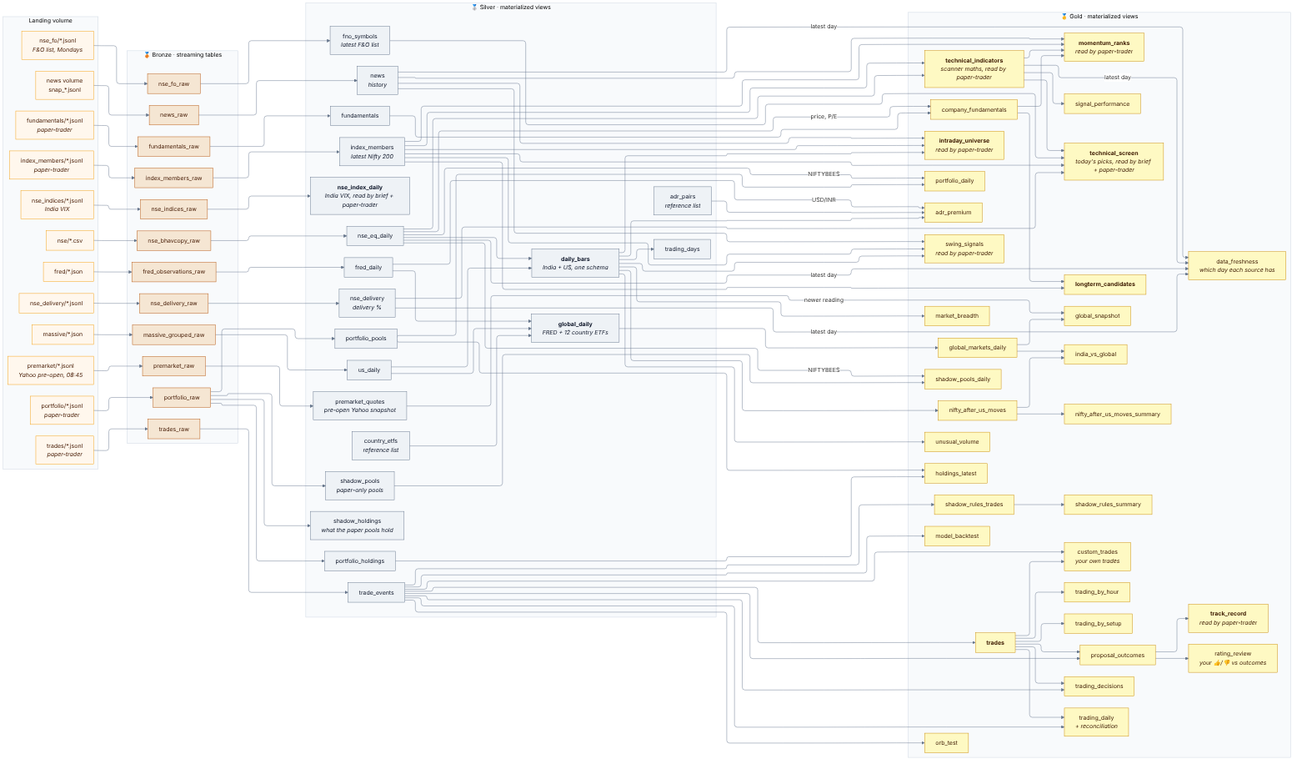
This is docs/diagrams/03_lineage.png from bumblebee26/stocks_lakehouse, a Mermaid export, as it was before one commit. Its source is kept beside it as docs/diagrams/03_lineage.mmd.
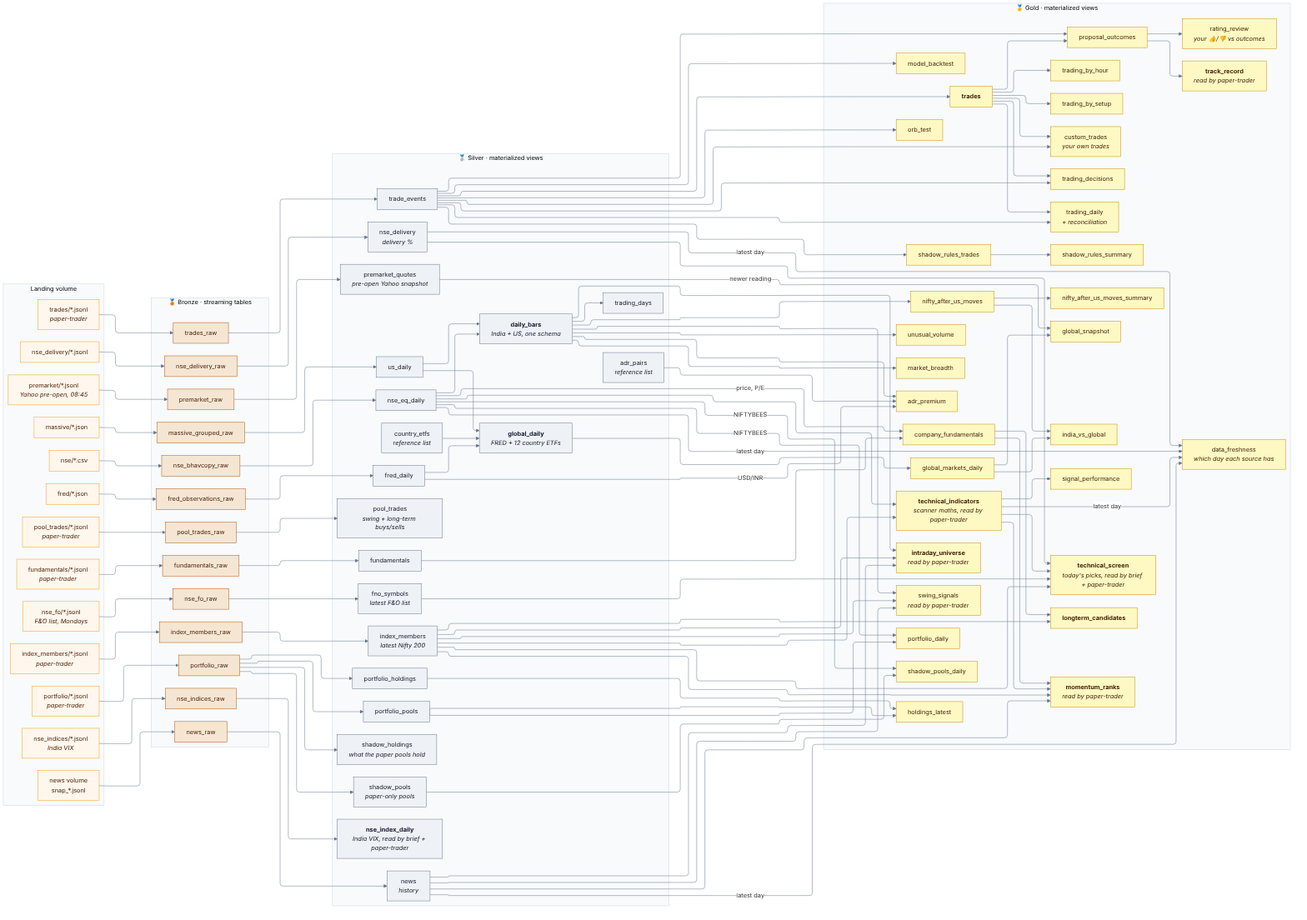
The same diagram one commit later.

The edit, as a diff of the source:
```diff
@@ -17,6 +17,7 @@
         LY["premarket/*.jsonl<br/><i>Yahoo pre-open, 08:45</i>"]
         LT["trades/*.jsonl<br/><i>paper-trader</i>"]
         LP["portfolio/*.jsonl<br/><i>paper-trader</i>"]
+        LQ["pool_trades/*.jsonl<br/><i>paper-trader</i>"]
         LU["fundamentals/*.jsonl<br/><i>paper-trader</i>"]
         LI["index_members/*.jsonl<br/><i>paper-trader</i>"]
         LW["news volume<br/>snap_*.jsonl"]
@@ -36,6 +37,7 @@
         B10["nse_fo_raw"]
         B11["premarket_raw"]
         B12["nse_indices_raw"]
+        B13["pool_trades_raw"]
     end
 
     subgraph S["🥈 Silver · materialized views"]
@@ -60,6 +62,7 @@
         S18["shadow_holdings<br/><i>what the paper pools hold</i>"]
         S19["premarket_quotes<br/><i>pre-open Yahoo snapshot</i>"]
         S20["<b>nse_index_daily</b><br/><i>India VIX, read by brief + paper-trader</i>"]
+        S21["pool_trades<br/><i>swing + long-term buys/sells</i>"]
     end
 
     subgraph G["🥇 Gold · materialized views"]
@@ -149,6 +152,7 @@
     LD --> B9 --> S16
     LO --> B10 --> S17
     LX --> B12 --> S20
+    LQ --> B13 --> S21
     S1 --> G24
     S11 --> G24
     G24 --> G25
@@ -171,7 +175,7 @@
     classDef bronze fill:#f5e6d3,stroke:#b45309,color:#451a03
     classDef silver fill:#eef2f6,stroke:#64748b,color:#0f172a
     classDef gold fill:#fef9c3,stroke:#ca8a04,color:#422006
-    class LN,LD,LX,LO,LM,LF,LY,LT,LP,LU,LI,LW land
-    class B1,B2,B3,B4,B5,B6,B7,B8,B9,B10,B11,B12 bronze
-    class S1,S2,S3,S4,S5,S6,S7,S8,S9,S10,S11,S12,S13,S14,S15,S16,S17,S18,S19,S20 silver
+    class LN,LD,LX,LO,LM,LF,LY,LT,LP,LQ,LU,LI,LW land
+    class B1,B2,B3,B4,B5,B6,B7,B8,B9,B10,B11,B12,B13 bronze
+    class S1,S2,S3,S4,S5,S6,S7,S8,S9,S10,S11,S12,S13,S14,S15,S16,S17,S18,S19,S20,S21 silver
     class G1,G2,G3,G4,G5,G6,G7,G8,G9,G10,G11,G12,G13,G14,G15,G16,G17,G18,G19,G20,G21,G22,G23,G24,G25,G26,G27,G28,G29,G30,G31,G32,G33 gold
```
